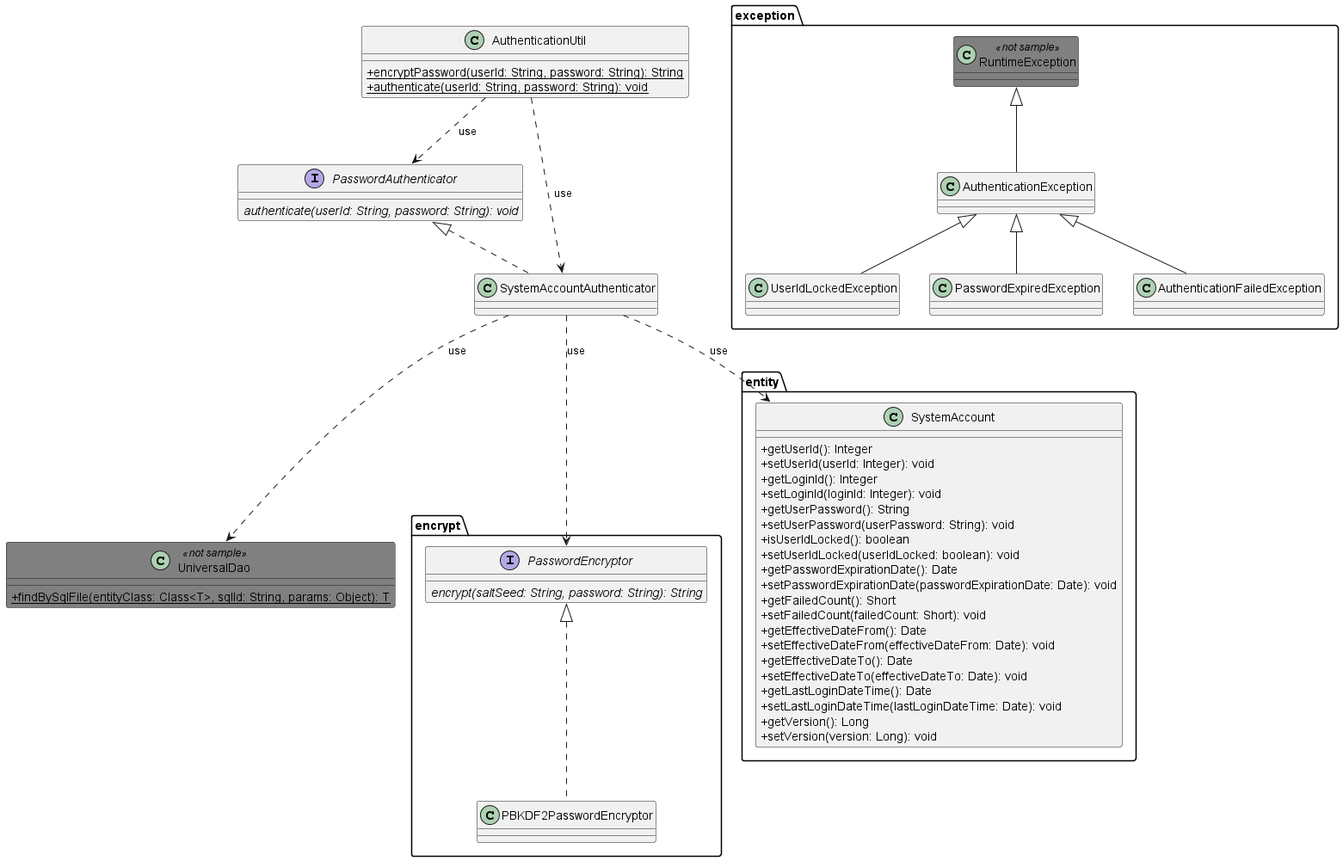
This is ja/examples/01/_images/Authentication_ClassDiagram.png from nablarch/nablarch-document, a PlantUML export, as it was before one commit. The source it was exported from:
```plantuml
@startuml

skinparam class {
    BackgroundColor<<not sample>> Gray
}


package encrypt {
    interface PasswordEncryptor {
        {abstract} encrypt(saltSeed: String, password: String): String
    }

    class PBKDF2PasswordEncryptor implements PasswordEncryptor
}

package entity {
    class SystemAccount {
        + getUserId(): Integer
        + setUserId(userId: Integer): void
        + getLoginId(): Integer
        + setLoginId(loginId: Integer): void
        + getUserPassword(): String
        + setUserPassword(userPassword: String): void
        + isUserIdLocked(): boolean
        + setUserIdLocked(userIdLocked: boolean): void
        + getPasswordExpirationDate(): Date
        + setPasswordExpirationDate(passwordExpirationDate: Date): void
        + getFailedCount(): Short
        + setFailedCount(failedCount: Short): void
        + getEffectiveDateFrom(): Date
        + setEffectiveDateFrom(effectiveDateFrom: Date): void
        + getEffectiveDateTo(): Date
        + setEffectiveDateTo(effectiveDateTo: Date): void
        + getLastLoginDateTime(): Date
        + setLastLoginDateTime(lastLoginDateTime: Date): void
        + getVersion(): Long
        + setVersion(version: Long): void
    }
}

package exception {
    class RuntimeException <<not sample>>

    class AuthenticationException extends RuntimeException
    class UserIdLockedException extends AuthenticationException
    class PasswordExpiredException extends AuthenticationException
    class AuthenticationFailedException extends AuthenticationException
}

interface PasswordAuthenticator {
    {abstract} authenticate(userId: String, password: String): void
}

class SystemAccountAuthenticator implements PasswordAuthenticator

skinparam classAttributeIconSize 0
class AuthenticationUtil {
    {static} + encryptPassword(userId: String, password: String): String
    {static} + authenticate(userId: String, password: String): void
}

class UniversalDao <<not sample>> {
    {static} + findBySqlFile(entityClass: Class<T>, sqlId: String, params: Object): T

}

AuthenticationUtil ..> SystemAccountAuthenticator : use
AuthenticationUtil ..> PasswordAuthenticator : use

SystemAccountAuthenticator ..> SystemAccount : use
SystemAccountAuthenticator ..> PasswordEncryptor: use
SystemAccountAuthenticator ..> UniversalDao : use

@enduml
```
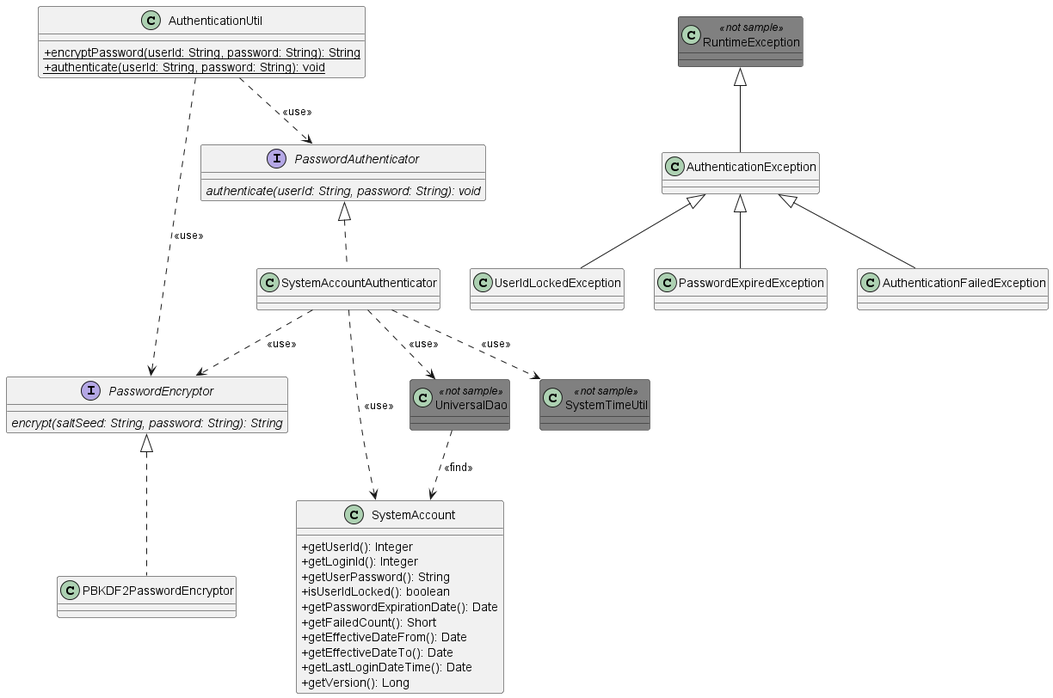
The same file after the commit.

What changed in the source:
```diff
@@ -1,51 +1,36 @@
 @startuml
+
+skinparam classAttributeIconSize 0
 
 skinparam class {
     BackgroundColor<<not sample>> Gray
 }
 
-
-package encrypt {
-    interface PasswordEncryptor {
-        {abstract} encrypt(saltSeed: String, password: String): String
-    }
-
-    class PBKDF2PasswordEncryptor implements PasswordEncryptor
+interface PasswordEncryptor {
+    {abstract} encrypt(saltSeed: String, password: String): String
 }
 
-package entity {
-    class SystemAccount {
-        + getUserId(): Integer
-        + setUserId(userId: Integer): void
-        + getLoginId(): Integer
-        + setLoginId(loginId: Integer): void
-        + getUserPassword(): String
-        + setUserPassword(userPassword: String): void
-        + isUserIdLocked(): boolean
-        + setUserIdLocked(userIdLocked: boolean): void
-        + getPasswordExpirationDate(): Date
-        + setPasswordExpirationDate(passwordExpirationDate: Date): void
-        + getFailedCount(): Short
-        + setFailedCount(failedCount: Short): void
-        + getEffectiveDateFrom(): Date
-        + setEffectiveDateFrom(effectiveDateFrom: Date): void
-        + getEffectiveDateTo(): Date
-        + setEffectiveDateTo(effectiveDateTo: Date): void
-        + getLastLoginDateTime(): Date
-        + setLastLoginDateTime(lastLoginDateTime: Date): void
-        + getVersion(): Long
-        + setVersion(version: Long): void
-    }
+class PBKDF2PasswordEncryptor implements PasswordEncryptor
+
+class SystemAccount {
+    + getUserId(): Integer
+    + getLoginId(): Integer
+    + getUserPassword(): String
+    + isUserIdLocked(): boolean
+    + getPasswordExpirationDate(): Date
+    + getFailedCount(): Short
+    + getEffectiveDateFrom(): Date
+    + getEffectiveDateTo(): Date
+    + getLastLoginDateTime(): Date
+    + getVersion(): Long
 }
 
-package exception {
-    class RuntimeException <<not sample>>
+class RuntimeException <<not sample>>
 
-    class AuthenticationException extends RuntimeException
-    class UserIdLockedException extends AuthenticationException
-    class PasswordExpiredException extends AuthenticationException
-    class AuthenticationFailedException extends AuthenticationException
-}
+class AuthenticationException extends RuntimeException
+class UserIdLockedException extends AuthenticationException
+class PasswordExpiredException extends AuthenticationException
+class AuthenticationFailedException extends AuthenticationException
 
 interface PasswordAuthenticator {
     {abstract} authenticate(userId: String, password: String): void
@@ -53,22 +38,22 @@
 
 class SystemAccountAuthenticator implements PasswordAuthenticator
 
-skinparam classAttributeIconSize 0
 class AuthenticationUtil {
     {static} + encryptPassword(userId: String, password: String): String
     {static} + authenticate(userId: String, password: String): void
 }
 
-class UniversalDao <<not sample>> {
-    {static} + findBySqlFile(entityClass: Class<T>, sqlId: String, params: Object): T
+class UniversalDao <<not sample>>
+class SystemTimeUtil <<not sample>>
 
-}
+AuthenticationUtil ..> PasswordEncryptor : <<use>>
+AuthenticationUtil ..> PasswordAuthenticator : <<use>>
 
-AuthenticationUtil ..> SystemAccountAuthenticator : use
-AuthenticationUtil ..> PasswordAuthenticator : use
+SystemAccountAuthenticator ..> SystemAccount : <<use>>
+SystemAccountAuthenticator ..> PasswordEncryptor: <<use>>
+SystemAccountAuthenticator ..> UniversalDao : <<use>>
+SystemAccountAuthenticator ..> SystemTimeUtil : <<use>>
 
-SystemAccountAuthenticator ..> SystemAccount : use
-SystemAccountAuthenticator ..> PasswordEncryptor: use
-SystemAccountAuthenticator ..> UniversalDao : use
+UniversalDao ..> SystemAccount: <<find>>
 
 @enduml
```
